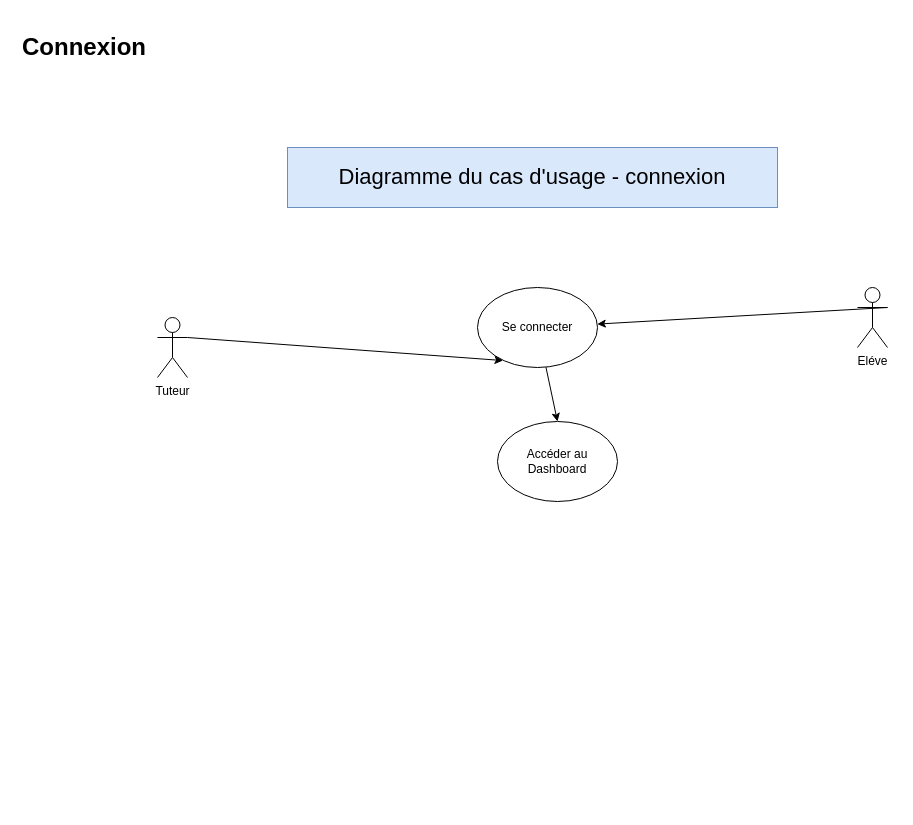
tetyanachouteau/P10LHome keeps this draw.io diagram as page "Connexion" (2 of 6) of P10Uml.drawio. Above is the earlier version. Source tidied: cells renumbered, new cells numbered last; positions are measured from the earlier drawing's top-left corner, leaving out a move shared by most shapes. Both pictures are drawn from the tidied source at 100%, with x=0, y=0 at pixel (17, 27).
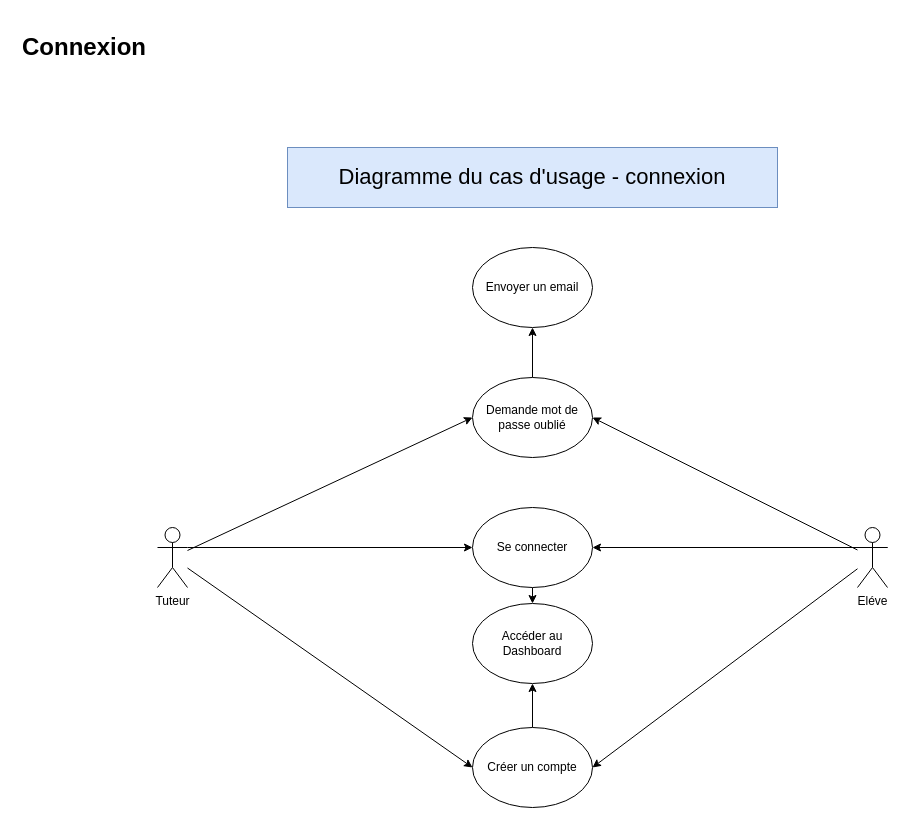
After the change.

What changed in the source:
```diff
@@
 <mxGraphModel>
   <root>
     <mxCell id="0" />
     <mxCell id="1" parent="0" />
+    <mxCell id="11" style="rounded=0;jettySize=auto;html=1;entryX=0;entryY=0.5;entryDx=0;entryDy=0;" parent="1" edge="1" source="2" target="17">
+      <mxGeometry relative="1" as="geometry" />
+    </mxCell>
+    <mxCell id="12" style="rounded=0;jettySize=auto;html=1;entryX=0;entryY=0.5;entryDx=0;entryDy=0;" parent="1" edge="1" source="2" target="19">
+      <mxGeometry relative="1" as="geometry" />
+    </mxCell>
     <mxCell id="2" value="Tuteur" style="shape=umlActor;verticalLabelPosition=bottom;verticalAlign=top;html=1;outlineConnect=0;" parent="1" vertex="1">
-      <mxGeometry x="140" y="290" width="30" height="60" as="geometry" />
+      <mxGeometry x="140" y="500" width="30" height="60" as="geometry" />
     </mxCell>
     <mxCell id="3" style="rounded=0;jettySize=auto;html=1;exitX=1;exitY=0.3333333333333333;exitDx=0;exitDy=0;exitPerimeter=0;" parent="1" edge="1" source="4" target="6">
       <mxGeometry relative="1" as="geometry" />
     </mxCell>
+    <mxCell id="13" style="rounded=0;jettySize=auto;html=1;entryX=1;entryY=0.5;entryDx=0;entryDy=0;" parent="1" edge="1" source="4" target="17">
+      <mxGeometry relative="1" as="geometry" />
+    </mxCell>
+    <mxCell id="14" style="rounded=0;jettySize=auto;html=1;entryX=1;entryY=0.5;entryDx=0;entryDy=0;" parent="1" edge="1" source="4" target="19">
+      <mxGeometry relative="1" as="geometry" />
+    </mxCell>
     <mxCell id="4" value="Eléve" style="shape=umlActor;verticalLabelPosition=bottom;verticalAlign=top;html=1;outlineConnect=0;" parent="1" vertex="1">
-      <mxGeometry x="840" y="260" width="30" height="60" as="geometry" />
+      <mxGeometry x="840" y="500" width="30" height="60" as="geometry" />
     </mxCell>
     <mxCell id="5" style="edgeStyle=none;rounded=0;jettySize=auto;html=1;entryX=0.5;entryY=0;entryDx=0;entryDy=0;" parent="1" edge="1" source="6" target="8">
       <mxGeometry relative="1" as="geometry" />
     </mxCell>
     <mxCell id="6" value="Se connecter" style="ellipse;whiteSpace=wrap;html=1;" parent="1" vertex="1">
-      <mxGeometry x="460" y="260" width="120" height="80" as="geometry" />
+      <mxGeometry x="455" y="480" width="120" height="80" as="geometry" />
     </mxCell>
-    <mxCell id="7" style="rounded=0;jettySize=auto;html=1;entryX=0.213;entryY=0.913;entryDx=0;entryDy=0;entryPerimeter=0;exitX=1;exitY=0.3333333333333333;exitDx=0;exitDy=0;exitPerimeter=0;" parent="1" edge="1" source="2" target="6">
+    <mxCell id="7" style="rounded=0;jettySize=auto;html=1;exitX=1;exitY=0.3333333333333333;exitDx=0;exitDy=0;exitPerimeter=0;" parent="1" edge="1" source="2" target="6">
       <mxGeometry relative="1" as="geometry" />
     </mxCell>
     <mxCell id="8" value="Accéder au Dashboard" style="ellipse;whiteSpace=wrap;html=1;" parent="1" vertex="1">
-      <mxGeometry x="480" y="394" width="120" height="80" as="geometry" />
+      <mxGeometry x="455" y="576" width="120" height="80" as="geometry" />
     </mxCell>
     <mxCell id="9" value="&lt;h1&gt;Connexion&lt;/h1&gt;" style="text;html=1;strokeColor=none;fillColor=none;spacing=5;spacingTop=-20;whiteSpace=wrap;overflow=hidden;rounded=0;" parent="1" vertex="1">
       <mxGeometry width="190" height="120" as="geometry" />
     </mxCell>
     <mxCell id="10" value="&lt;font style=&quot;font-size: 22px;&quot;&gt;Diagramme du cas d'usage - connexion&lt;/font&gt;" style="rounded=0;whiteSpace=wrap;html=1;fillColor=#dae8fc;strokeColor=#6c8ebf;" parent="1" vertex="1">
       <mxGeometry x="270" y="120" width="490" height="60" as="geometry" />
     </mxCell>
+    <mxCell id="15" value="Envoyer un email" style="ellipse;whiteSpace=wrap;html=1;" parent="1" vertex="1">
+      <mxGeometry x="455" y="220" width="120" height="80" as="geometry" />
+    </mxCell>
+    <mxCell id="16" style="rounded=0;jettySize=auto;html=1;" parent="1" edge="1" source="17" target="15">
+      <mxGeometry relative="1" as="geometry" />
+    </mxCell>
+    <mxCell id="17" value="Demande mot de passe oublié" style="ellipse;whiteSpace=wrap;html=1;" parent="1" vertex="1">
+      <mxGeometry x="455" y="350" width="120" height="80" as="geometry" />
+    </mxCell>
+    <mxCell id="18" style="edgeStyle=orthogonalEdgeStyle;rounded=0;jettySize=auto;html=1;" parent="1" edge="1" source="19" target="8">
+      <mxGeometry relative="1" as="geometry" />
+    </mxCell>
+    <mxCell id="19" value="Créer un compte" style="ellipse;whiteSpace=wrap;html=1;" parent="1" vertex="1">
+      <mxGeometry x="455" y="700" width="120" height="80" as="geometry" />
+    </mxCell>
   </root>
 </mxGraphModel>
```
